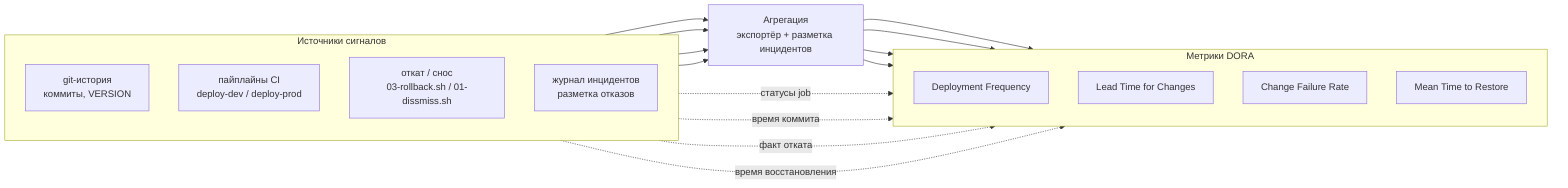
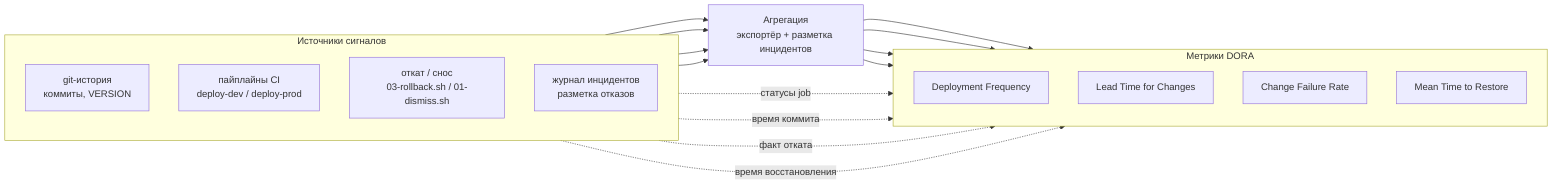
flowchart LR
    subgraph sources["Источники сигналов"]
        direction TB
        git["git-история<br/>коммиты, VERSION"]
        pipe["пайплайны CI<br/>deploy-dev / deploy-prod"]
-         roll["откат / снос<br/>03-rollback.sh / 01-dissmiss.sh"]
+         roll["откат / снос<br/>03-rollback.sh / 01-dismiss.sh"]
        inc["журнал инцидентов<br/>разметка отказов"]
    end

    agg["Агрегация<br/>экспортёр + разметка инцидентов"]

    subgraph dora["Метрики DORA"]
        direction TB
        df["Deployment Frequency"]
        lt["Lead Time for Changes"]
        cfr["Change Failure Rate"]
        mttr["Mean Time to Restore"]
    end

    pipe --> agg
    git --> agg
    roll --> agg
    inc --> agg

    agg --> df
    agg --> lt
    agg --> cfr
    agg --> mttr

    pipe -.->|статусы job| df
    git -.->|время коммита| lt
    roll -.->|факт отката| cfr
    inc -.->|время восстановления| mttr
